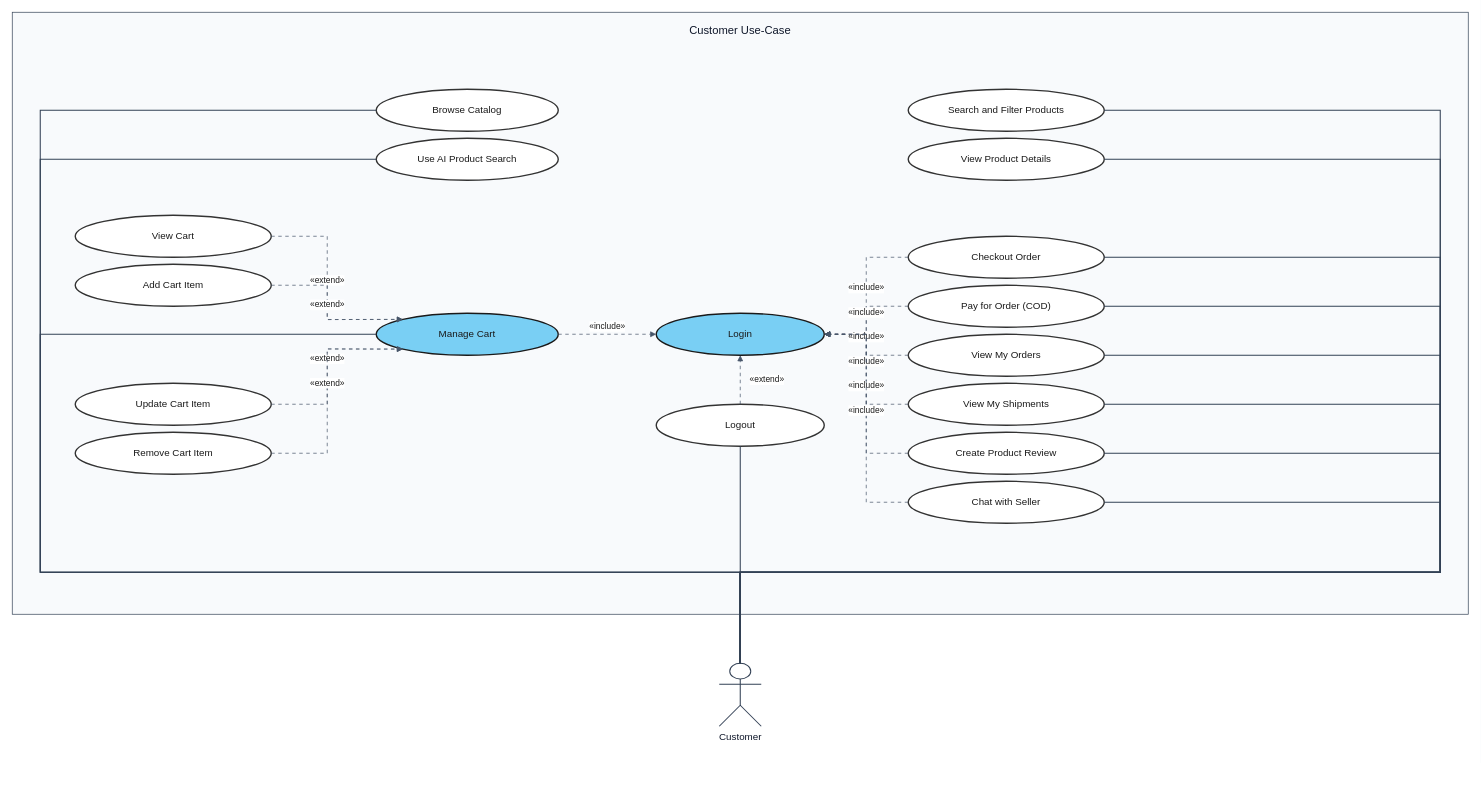
The draw.io diagram usecase-diagram/customer-usecases.drawio in e-commercial-marketplace/commerce-platform-docs, before the edit. Source tidied: cells renumbered, new cells numbered last; positions are measured from the earlier drawing's top-left corner, leaving out a move shared by most shapes. Both pictures are drawn from the tidied source at 70%, with x=0, y=0 at pixel (12, 12).
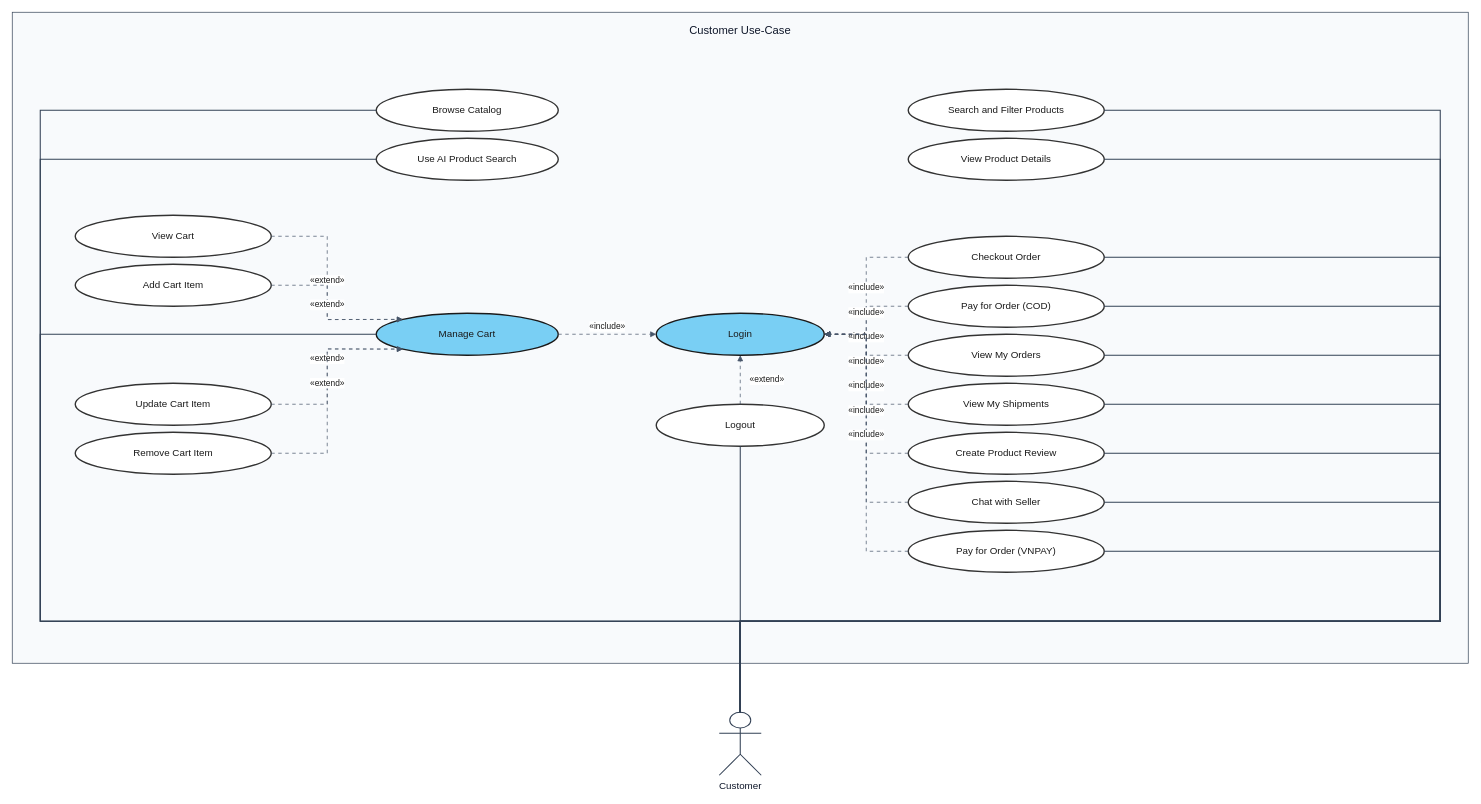
The same diagram, later.

Unchanged cells that the change refers to:
```xml
<mxCell id="3" value="Browse Catalog" style="ellipse;whiteSpace=wrap;html=1;align=center;verticalAlign=middle;fillColor=#ffffff;strokeColor=#333333;strokeWidth=2;fontColor=#1A1A1A;fontSize=14;fontStyle=0;" parent="1" vertex="1">
  <mxGeometry x="520" y="110" width="260" height="60" as="geometry" />
</mxCell>
<mxCell id="4" value="Use AI Product Search" style="ellipse;whiteSpace=wrap;html=1;align=center;verticalAlign=middle;fillColor=#ffffff;strokeColor=#333333;strokeWidth=2;fontColor=#1A1A1A;fontSize=14;fontStyle=0;" parent="1" vertex="1">
  <mxGeometry x="520" y="180" width="260" height="60" as="geometry" />
</mxCell>
<mxCell id="5" value="Manage Cart" style="ellipse;whiteSpace=wrap;html=1;align=center;verticalAlign=middle;fillColor=#79CFF4;strokeColor=#1A1A1A;strokeWidth=2;fontColor=#1A1A1A;fontSize=14;fontStyle=0;" parent="1" vertex="1">
  <mxGeometry x="520" y="430" width="260" height="60" as="geometry" />
</mxCell>
<mxCell id="10" value="Login" style="ellipse;whiteSpace=wrap;html=1;align=center;verticalAlign=middle;fillColor=#79CFF4;strokeColor=#1A1A1A;strokeWidth=2;fontColor=#1A1A1A;fontSize=14;fontStyle=0;" parent="1" vertex="1">
  <mxGeometry x="920" y="430" width="240" height="60" as="geometry" />
</mxCell>
<mxCell id="11" value="Search and Filter Products" style="ellipse;whiteSpace=wrap;html=1;align=center;verticalAlign=middle;fillColor=#ffffff;strokeColor=#333333;strokeWidth=2;fontColor=#1A1A1A;fontSize=14;fontStyle=0;" parent="1" vertex="1">
  <mxGeometry x="1280" y="110" width="280" height="60" as="geometry" />
</mxCell>
<mxCell id="12" value="View Product Details" style="ellipse;whiteSpace=wrap;html=1;align=center;verticalAlign=middle;fillColor=#ffffff;strokeColor=#333333;strokeWidth=2;fontColor=#1A1A1A;fontSize=14;fontStyle=0;" parent="1" vertex="1">
  <mxGeometry x="1280" y="180" width="280" height="60" as="geometry" />
</mxCell>
<mxCell id="13" value="Checkout Order" style="ellipse;whiteSpace=wrap;html=1;align=center;verticalAlign=middle;fillColor=#ffffff;strokeColor=#333333;strokeWidth=2;fontColor=#1A1A1A;fontSize=14;fontStyle=0;" parent="1" vertex="1">
  <mxGeometry x="1280" y="320" width="280" height="60" as="geometry" />
</mxCell>
<mxCell id="14" value="Pay for Order (COD)" style="ellipse;whiteSpace=wrap;html=1;align=center;verticalAlign=middle;fillColor=#ffffff;strokeColor=#333333;strokeWidth=2;fontColor=#1A1A1A;fontSize=14;fontStyle=0;" parent="1" vertex="1">
  <mxGeometry x="1280" y="390" width="280" height="60" as="geometry" />
</mxCell>
<mxCell id="15" value="View My Orders" style="ellipse;whiteSpace=wrap;html=1;align=center;verticalAlign=middle;fillColor=#ffffff;strokeColor=#333333;strokeWidth=2;fontColor=#1A1A1A;fontSize=14;fontStyle=0;" parent="1" vertex="1">
  <mxGeometry x="1280" y="460" width="280" height="60" as="geometry" />
</mxCell>
<mxCell id="16" value="View My Shipments" style="ellipse;whiteSpace=wrap;html=1;align=center;verticalAlign=middle;fillColor=#ffffff;strokeColor=#333333;strokeWidth=2;fontColor=#1A1A1A;fontSize=14;fontStyle=0;" parent="1" vertex="1">
  <mxGeometry x="1280" y="530" width="280" height="60" as="geometry" />
</mxCell>
<mxCell id="17" value="Create Product Review" style="ellipse;whiteSpace=wrap;html=1;align=center;verticalAlign=middle;fillColor=#ffffff;strokeColor=#333333;strokeWidth=2;fontColor=#1A1A1A;fontSize=14;fontStyle=0;" parent="1" vertex="1">
  <mxGeometry x="1280" y="600" width="280" height="60" as="geometry" />
</mxCell>
<mxCell id="18" value="Chat with Seller" style="ellipse;whiteSpace=wrap;html=1;align=center;verticalAlign=middle;fillColor=#ffffff;strokeColor=#333333;strokeWidth=2;fontColor=#1A1A1A;fontSize=14;fontStyle=0;" parent="1" vertex="1">
  <mxGeometry x="1280" y="670" width="280" height="60" as="geometry" />
</mxCell>
<mxCell id="19" value="Logout" style="ellipse;whiteSpace=wrap;html=1;align=center;verticalAlign=middle;fillColor=#ffffff;strokeColor=#333333;strokeWidth=2;fontColor=#1A1A1A;fontSize=14;fontStyle=0;" parent="1" vertex="1">
  <mxGeometry x="920" y="560" width="240" height="60" as="geometry" />
</mxCell>
```

The edit, as a diff of the source:
```diff
@@
     <mxCell id="2" value="Customer Use-Case" style="rounded=0;whiteSpace=wrap;html=1;verticalAlign=top;align=center;spacingTop=10;fontSize=16;fontStyle=0;fontColor=#0f172a;fillColor=#f8fafc;strokeColor=#334155;strokeWidth=1;" parent="1" vertex="1">
-      <mxGeometry width="2080" height="860" as="geometry" />
+      <mxGeometry width="2080" height="930" as="geometry" />
     </mxCell>
@@
+    <mxCell id="45" value="Pay for Order (VNPAY)" style="ellipse;whiteSpace=wrap;html=1;align=center;verticalAlign=middle;fillColor=#ffffff;strokeColor=#333333;strokeWidth=2;fontColor=#1A1A1A;fontSize=14;fontStyle=0;" parent="1" vertex="1">
+      <mxGeometry x="1280" y="740" width="280" height="60" as="geometry" />
+    </mxCell>
     <mxCell id="20" value="Customer" style="shape=umlActor;verticalLabelPosition=bottom;verticalAlign=top;html=1;outlineConnect=0;fillColor=#ffffff;strokeColor=#334155;strokeWidth=1.5;fontColor=#0f172a;fontSize=14;fontStyle=0;" parent="1" vertex="1">
-      <mxGeometry x="1010" y="930" width="60" height="90" as="geometry" />
+      <mxGeometry x="1010" y="1000" width="60" height="90" as="geometry" />
     </mxCell>
     <mxCell id="21" style="endArrow=none;html=1;rounded=0;strokeColor=#334155;strokeWidth=1.5;exitX=0.5;exitY=0;exitDx=0;exitDy=0;exitPerimeter=0;entryX=0;entryY=0.5;entryDx=0;entryDy=0;entryPerimeter=0;" parent="1" edge="1" source="20" target="3">
       <mxGeometry relative="1" as="geometry">
         <Array as="points">
-          <mxPoint x="1040" y="800" />
-          <mxPoint x="40" y="800" />
+          <mxPoint x="1040" y="870" />
+          <mxPoint x="40" y="870" />
           <mxPoint x="40" y="140" />
         </Array>
         <mxPoint y="-11" as="offset" />
       </mxGeometry>
     </mxCell>
     <mxCell id="22" style="endArrow=none;html=1;rounded=0;strokeColor=#334155;strokeWidth=1.5;exitX=0.5;exitY=0;exitDx=0;exitDy=0;exitPerimeter=0;entryX=0;entryY=0.5;entryDx=0;entryDy=0;entryPerimeter=0;" parent="1" edge="1" source="20" target="4">
       <mxGeometry relative="1" as="geometry">
         <Array as="points">
-          <mxPoint x="1040" y="800" />
-          <mxPoint x="40" y="800" />
+          <mxPoint x="1040" y="870" />
+          <mxPoint x="40" y="870" />
           <mxPoint x="40" y="210" />
         </Array>
         <mxPoint y="-11" as="offset" />
       </mxGeometry>
     </mxCell>
     <mxCell id="23" style="endArrow=none;html=1;rounded=0;strokeColor=#334155;strokeWidth=1.5;exitX=0.5;exitY=0;exitDx=0;exitDy=0;exitPerimeter=0;entryX=0;entryY=0.5;entryDx=0;entryDy=0;entryPerimeter=0;" parent="1" edge="1" source="20" target="5">
       <mxGeometry relative="1" as="geometry">
         <Array as="points">
-          <mxPoint x="1040" y="800" />
-          <mxPoint x="40" y="800" />
+          <mxPoint x="1040" y="870" />
+          <mxPoint x="40" y="870" />
           <mxPoint x="40" y="460" />
         </Array>
         <mxPoint y="-11" as="offset" />
       </mxGeometry>
     </mxCell>
     <mxCell id="24" style="endArrow=none;html=1;rounded=0;strokeColor=#334155;strokeWidth=1.5;exitX=0.5;exitY=0;exitDx=0;exitDy=0;exitPerimeter=0;entryX=1;entryY=0.5;entryDx=0;entryDy=0;entryPerimeter=0;" parent="1" edge="1" source="20" target="11">
       <mxGeometry relative="1" as="geometry">
         <Array as="points">
-          <mxPoint x="1040" y="800" />
-          <mxPoint x="2040" y="800" />
+          <mxPoint x="1040" y="870" />
+          <mxPoint x="2040" y="870" />
           <mxPoint x="2040" y="140" />
         </Array>
         <mxPoint y="-11" as="offset" />
       </mxGeometry>
     </mxCell>
     <mxCell id="25" style="endArrow=none;html=1;rounded=0;strokeColor=#334155;strokeWidth=1.5;exitX=0.5;exitY=0;exitDx=0;exitDy=0;exitPerimeter=0;entryX=1;entryY=0.5;entryDx=0;entryDy=0;entryPerimeter=0;" parent="1" edge="1" source="20" target="12">
       <mxGeometry relative="1" as="geometry">
         <Array as="points">
-          <mxPoint x="1040" y="800" />
-          <mxPoint x="2040" y="800" />
+          <mxPoint x="1040" y="870" />
+          <mxPoint x="2040" y="870" />
           <mxPoint x="2040" y="210" />
         </Array>
         <mxPoint y="-11" as="offset" />
       </mxGeometry>
     </mxCell>
     <mxCell id="26" style="endArrow=none;html=1;rounded=0;strokeColor=#334155;strokeWidth=1.5;exitX=0.5;exitY=0;exitDx=0;exitDy=0;exitPerimeter=0;entryX=1;entryY=0.5;entryDx=0;entryDy=0;entryPerimeter=0;" parent="1" edge="1" source="20" target="13">
       <mxGeometry relative="1" as="geometry">
         <Array as="points">
-          <mxPoint x="1040" y="800" />
-          <mxPoint x="2040" y="800" />
+          <mxPoint x="1040" y="870" />
+          <mxPoint x="2040" y="870" />
           <mxPoint x="2040" y="350" />
         </Array>
         <mxPoint y="-11" as="offset" />
       </mxGeometry>
     </mxCell>
     <mxCell id="27" style="endArrow=none;html=1;rounded=0;strokeColor=#334155;strokeWidth=1.5;exitX=0.5;exitY=0;exitDx=0;exitDy=0;exitPerimeter=0;entryX=1;entryY=0.5;entryDx=0;entryDy=0;entryPerimeter=0;" parent="1" edge="1" source="20" target="14">
       <mxGeometry relative="1" as="geometry">
         <Array as="points">
-          <mxPoint x="1040" y="800" />
-          <mxPoint x="2040" y="800" />
+          <mxPoint x="1040" y="870" />
+          <mxPoint x="2040" y="870" />
           <mxPoint x="2040" y="420" />
         </Array>
         <mxPoint y="-11" as="offset" />
       </mxGeometry>
     </mxCell>
     <mxCell id="28" style="endArrow=none;html=1;rounded=0;strokeColor=#334155;strokeWidth=1.5;exitX=0.5;exitY=0;exitDx=0;exitDy=0;exitPerimeter=0;entryX=1;entryY=0.5;entryDx=0;entryDy=0;entryPerimeter=0;" parent="1" edge="1" source="20" target="15">
       <mxGeometry relative="1" as="geometry">
         <Array as="points">
-          <mxPoint x="1040" y="800" />
-          <mxPoint x="2040" y="800" />
+          <mxPoint x="1040" y="870" />
+          <mxPoint x="2040" y="870" />
           <mxPoint x="2040" y="490" />
         </Array>
         <mxPoint y="-11" as="offset" />
       </mxGeometry>
     </mxCell>
     <mxCell id="29" style="endArrow=none;html=1;rounded=0;strokeColor=#334155;strokeWidth=1.5;exitX=0.5;exitY=0;exitDx=0;exitDy=0;exitPerimeter=0;entryX=1;entryY=0.5;entryDx=0;entryDy=0;entryPerimeter=0;" parent="1" edge="1" source="20" target="16">
       <mxGeometry relative="1" as="geometry">
         <Array as="points">
-          <mxPoint x="1040" y="800" />
-          <mxPoint x="2040" y="800" />
+          <mxPoint x="1040" y="870" />
+          <mxPoint x="2040" y="870" />
           <mxPoint x="2040" y="560" />
         </Array>
         <mxPoint y="-11" as="offset" />
       </mxGeometry>
     </mxCell>
     <mxCell id="30" style="endArrow=none;html=1;rounded=0;strokeColor=#334155;strokeWidth=1.5;exitX=0.5;exitY=0;exitDx=0;exitDy=0;exitPerimeter=0;entryX=1;entryY=0.5;entryDx=0;entryDy=0;entryPerimeter=0;" parent="1" edge="1" source="20" target="17">
       <mxGeometry relative="1" as="geometry">
         <Array as="points">
-          <mxPoint x="1040" y="800" />
-          <mxPoint x="2040" y="800" />
+          <mxPoint x="1040" y="870" />
+          <mxPoint x="2040" y="870" />
           <mxPoint x="2040" y="630" />
         </Array>
         <mxPoint y="-11" as="offset" />
       </mxGeometry>
     </mxCell>
     <mxCell id="31" style="endArrow=none;html=1;rounded=0;strokeColor=#334155;strokeWidth=1.5;exitX=0.5;exitY=0;exitDx=0;exitDy=0;exitPerimeter=0;entryX=1;entryY=0.5;entryDx=0;entryDy=0;entryPerimeter=0;" parent="1" edge="1" source="20" target="18">
       <mxGeometry relative="1" as="geometry">
         <Array as="points">
-          <mxPoint x="1040" y="800" />
-          <mxPoint x="2040" y="800" />
+          <mxPoint x="1040" y="870" />
+          <mxPoint x="2040" y="870" />
           <mxPoint x="2040" y="700" />
         </Array>
         <mxPoint y="-11" as="offset" />
       </mxGeometry>
     </mxCell>
@@
     <mxCell id="43" style="endArrow=none;html=1;rounded=0;strokeColor=#334155;strokeWidth=1.5;exitX=0.5;exitY=0;exitDx=0;exitDy=0;exitPerimeter=0;entryX=0.5;entryY=1;entryDx=0;entryDy=0;entryPerimeter=0;" parent="1" edge="1" source="20" target="19">
       <mxGeometry relative="1" as="geometry">
         <Array as="points">
-          <mxPoint x="1040" y="800" />
+          <mxPoint x="1040" y="870" />
         </Array>
         <mxPoint y="-11" as="offset" />
       </mxGeometry>
     </mxCell>
@@
+    <mxCell id="46" style="endArrow=none;html=1;rounded=0;strokeColor=#334155;strokeWidth=1.5;exitX=0.5;exitY=0;exitDx=0;exitDy=0;exitPerimeter=0;entryX=1;entryY=0.5;entryDx=0;entryDy=0;entryPerimeter=0;" parent="1" edge="1" source="20" target="45">
+      <mxGeometry relative="1" as="geometry">
+        <Array as="points">
+          <mxPoint x="1040" y="870" />
+          <mxPoint x="2040" y="870" />
+          <mxPoint x="2040" y="770" />
+        </Array>
+        <mxPoint y="-11" as="offset" />
+      </mxGeometry>
+    </mxCell>
+    <mxCell id="47" value="«include»" style="endArrow=block;endFill=1;endSize=6;dashed=1;dashPattern=5 5;html=1;rounded=0;strokeColor=#475569;strokeWidth=1;fontSize=12;fontColor=#1A1A1A;fontStyle=0;exitX=0;exitY=0.5;exitDx=0;exitDy=0;exitPerimeter=0;entryX=1;entryY=0.5;entryDx=0;entryDy=0;entryPerimeter=0;" parent="1" edge="1" source="45" target="10">
+      <mxGeometry relative="1" as="geometry">
+        <Array as="points">
+          <mxPoint x="1220" y="770" />
+          <mxPoint x="1220" y="460" />
+        </Array>
+        <mxPoint y="-11" as="offset" />
+      </mxGeometry>
+    </mxCell>
```
